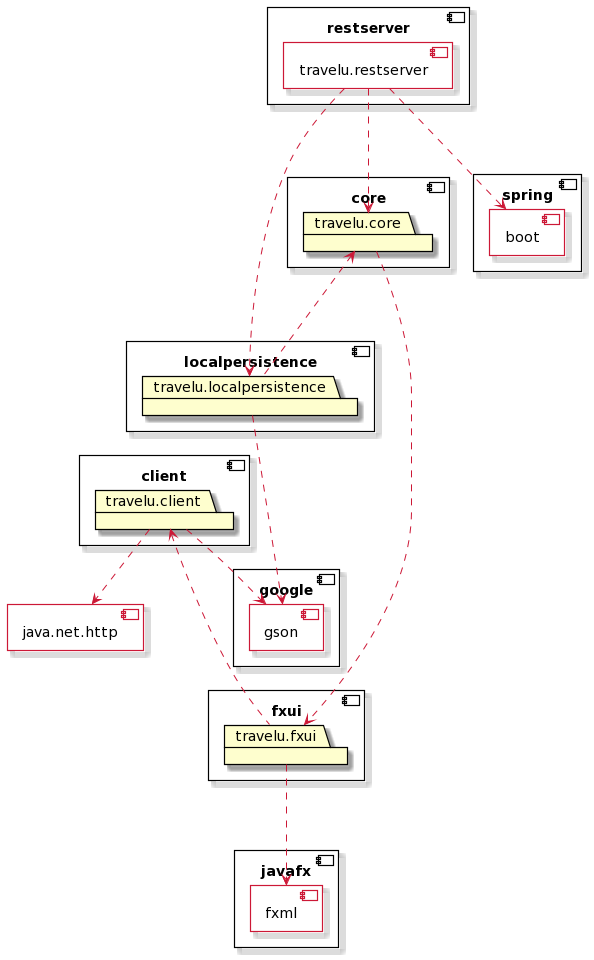
This is docs/diagrams/packageDiagram.png from tbwiik/Travelu, a PlantUML export, as it was before one commit.
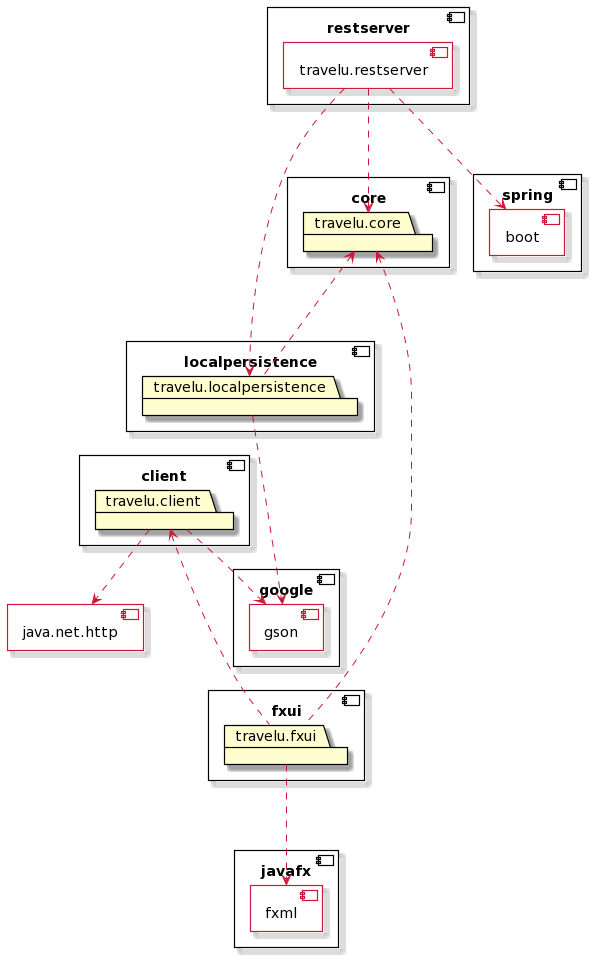
The same file after the commit.

Commit message:
docs: fix wrong arrow direction

What changed in the source:
```diff
@@ -52,7 +52,7 @@
 
 HIDE <<inside>> stereotype
 
-travelu.core ...> travelu.fxui
+travelu.core <... travelu.fxui
 travelu.client <... travelu.fxui
 travelu.client ..> gson
 travelu.client ..> java.net.http
```
